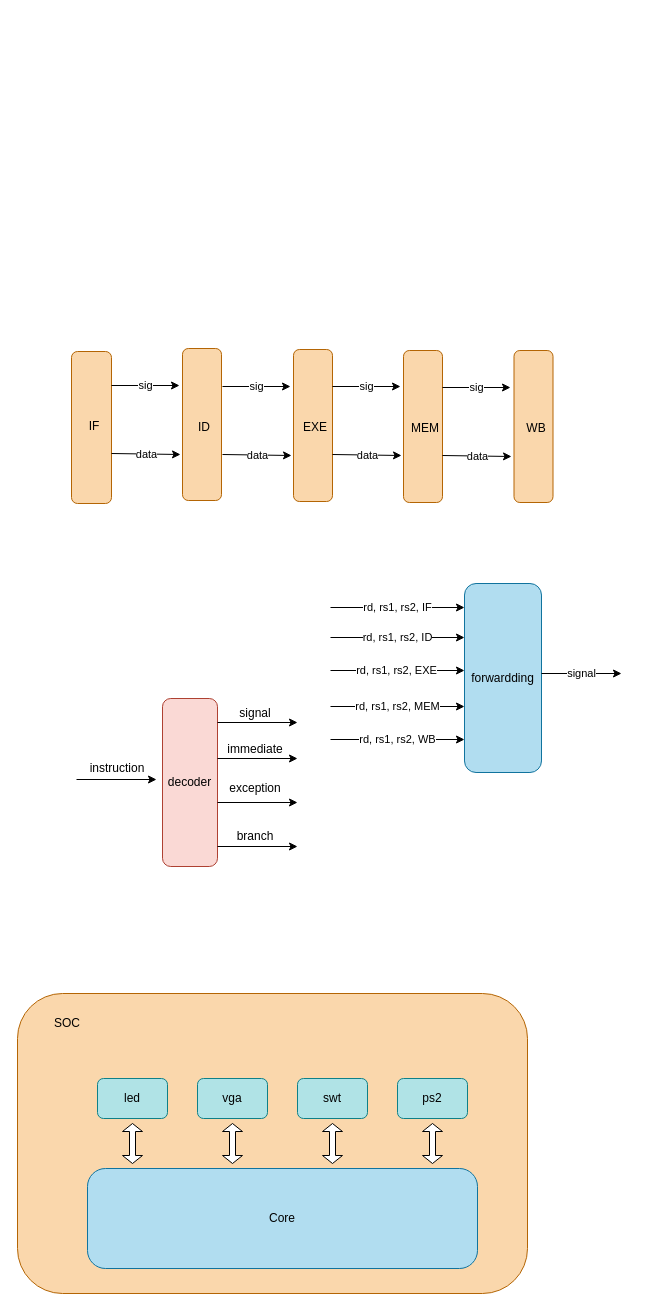
The draw.io diagram page "Page-1" (1 of 2) of biyelunwen.drawio in DavidZyy/drawio_repo, before the edit. Source tidied: cells renumbered, new cells numbered last; positions are measured from the earlier drawing's top-left corner, leaving out a move shared by most shapes. Both pictures are drawn from the tidied source at 100%, with x=0, y=0 at pixel (17, 348).
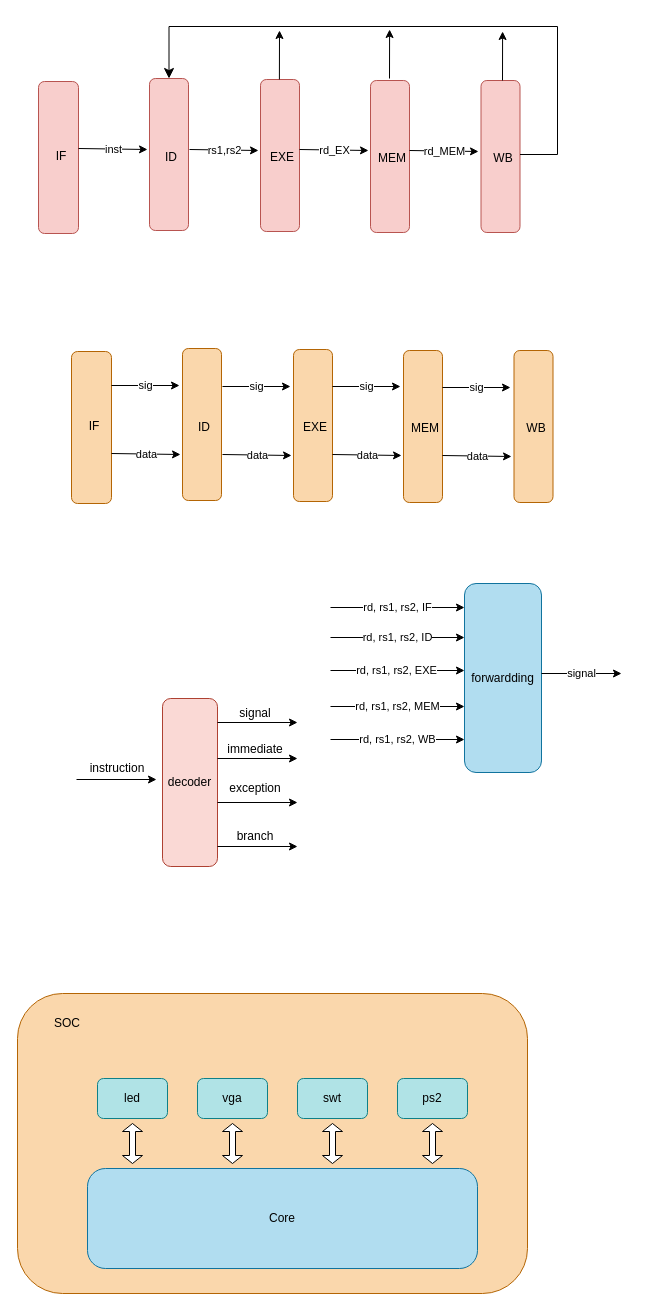
The same diagram, later.

Change to the diagram source:
```diff
@@
+    <mxCell id="50" style="rounded=1;whiteSpace=wrap;html=1;fillColor=#f8cecc;strokeColor=#b85450;" parent="1" vertex="1">
+      <mxGeometry x="21" y="-267" width="40" height="152" as="geometry" />
+    </mxCell>
+    <mxCell id="51" style="rounded=1;whiteSpace=wrap;html=1;fillColor=#f8cecc;strokeColor=#b85450;" parent="1" vertex="1">
+      <mxGeometry x="132" y="-270" width="39" height="152" as="geometry" />
+    </mxCell>
+    <mxCell id="52" style="rounded=1;whiteSpace=wrap;html=1;fillColor=#f8cecc;strokeColor=#b85450;" parent="1" vertex="1">
+      <mxGeometry x="243" y="-269" width="39" height="152" as="geometry" />
+    </mxCell>
+    <mxCell id="53" style="rounded=1;whiteSpace=wrap;html=1;fillColor=#f8cecc;strokeColor=#b85450;" parent="1" vertex="1">
+      <mxGeometry x="353" y="-268" width="39" height="152" as="geometry" />
+    </mxCell>
+    <mxCell id="54" style="rounded=1;whiteSpace=wrap;html=1;fillColor=#f8cecc;strokeColor=#b85450;" parent="1" vertex="1">
+      <mxGeometry x="463.5" y="-268" width="39" height="152" as="geometry" />
+    </mxCell>
+    <mxCell id="55" value="IF" style="text;strokeColor=none;align=center;fillColor=none;html=1;verticalAlign=middle;whiteSpace=wrap;rounded=0;" parent="1" vertex="1">
+      <mxGeometry x="14" y="-207" width="60" height="30" as="geometry" />
+    </mxCell>
+    <mxCell id="56" value="ID" style="text;strokeColor=none;align=center;fillColor=none;html=1;verticalAlign=middle;whiteSpace=wrap;rounded=0;" parent="1" vertex="1">
+      <mxGeometry x="124" y="-206" width="60" height="30" as="geometry" />
+    </mxCell>
+    <mxCell id="57" value="EXE" style="text;strokeColor=none;align=center;fillColor=none;html=1;verticalAlign=middle;whiteSpace=wrap;rounded=0;" parent="1" vertex="1">
+      <mxGeometry x="235" y="-206" width="60" height="30" as="geometry" />
+    </mxCell>
+    <mxCell id="58" value="MEM" style="text;strokeColor=none;align=center;fillColor=none;html=1;verticalAlign=middle;whiteSpace=wrap;rounded=0;" parent="1" vertex="1">
+      <mxGeometry x="345" y="-205" width="60" height="30" as="geometry" />
+    </mxCell>
+    <mxCell id="59" value="WB" style="text;strokeColor=none;align=center;fillColor=none;html=1;verticalAlign=middle;whiteSpace=wrap;rounded=0;" parent="1" vertex="1">
+      <mxGeometry x="456" y="-205" width="60" height="30" as="geometry" />
+    </mxCell>
+    <mxCell id="60" value="rs1,rs2" style="edgeStyle=none;orthogonalLoop=1;jettySize=auto;html=1;rounded=0;" parent="1" edge="1">
+      <mxGeometry relative="1" as="geometry">
+        <mxPoint x="172" y="-199" as="sourcePoint" />
+        <mxPoint x="241" y="-198" as="targetPoint" />
+      </mxGeometry>
+    </mxCell>
+    <mxCell id="61" value="rd_EX" style="edgeStyle=none;orthogonalLoop=1;jettySize=auto;html=1;rounded=0;" parent="1" edge="1">
+      <mxGeometry relative="1" as="geometry">
+        <mxPoint x="282" y="-199" as="sourcePoint" />
+        <mxPoint x="351" y="-198" as="targetPoint" />
+      </mxGeometry>
+    </mxCell>
+    <mxCell id="62" value="rd_MEM" style="edgeStyle=none;orthogonalLoop=1;jettySize=auto;html=1;rounded=0;" parent="1" edge="1">
+      <mxGeometry relative="1" as="geometry">
+        <mxPoint x="392" y="-198" as="sourcePoint" />
+        <mxPoint x="461" y="-197" as="targetPoint" />
+      </mxGeometry>
+    </mxCell>
+    <mxCell id="63" value="inst" style="edgeStyle=none;orthogonalLoop=1;jettySize=auto;html=1;rounded=0;" parent="1" edge="1">
+      <mxGeometry relative="1" as="geometry">
+        <mxPoint x="61" y="-200" as="sourcePoint" />
+        <mxPoint x="130" y="-199" as="targetPoint" />
+      </mxGeometry>
+    </mxCell>
+    <mxCell id="64" style="edgeStyle=segmentEdgeStyle;endArrow=classic;html=1;curved=0;rounded=0;endSize=8;startSize=8;entryX=0.5;entryY=0;entryDx=0;entryDy=0;" parent="1" edge="1" target="51">
+      <mxGeometry relative="1" as="geometry">
+        <mxPoint x="502.5" y="-194" as="sourcePoint" />
+        <Array as="points">
+          <mxPoint x="540" y="-194" />
+          <mxPoint x="540" y="-322" />
+          <mxPoint x="152" y="-322" />
+        </Array>
+      </mxGeometry>
+    </mxCell>
+    <mxCell id="65" style="edgeStyle=none;orthogonalLoop=1;jettySize=auto;html=1;rounded=0;" parent="1" edge="1">
+      <mxGeometry relative="1" as="geometry">
+        <mxPoint x="261.9" y="-269" as="sourcePoint" />
+        <mxPoint x="262" y="-318" as="targetPoint" />
+      </mxGeometry>
+    </mxCell>
+    <mxCell id="66" style="edgeStyle=none;orthogonalLoop=1;jettySize=auto;html=1;rounded=0;" parent="1" edge="1">
+      <mxGeometry relative="1" as="geometry">
+        <mxPoint x="372" y="-270" as="sourcePoint" />
+        <mxPoint x="372.1" y="-319" as="targetPoint" />
+      </mxGeometry>
+    </mxCell>
+    <mxCell id="67" style="edgeStyle=none;orthogonalLoop=1;jettySize=auto;html=1;rounded=0;" parent="1" edge="1">
+      <mxGeometry relative="1" as="geometry">
+        <mxPoint x="485" y="-268" as="sourcePoint" />
+        <mxPoint x="485.1" y="-317" as="targetPoint" />
+      </mxGeometry>
+    </mxCell>
```
